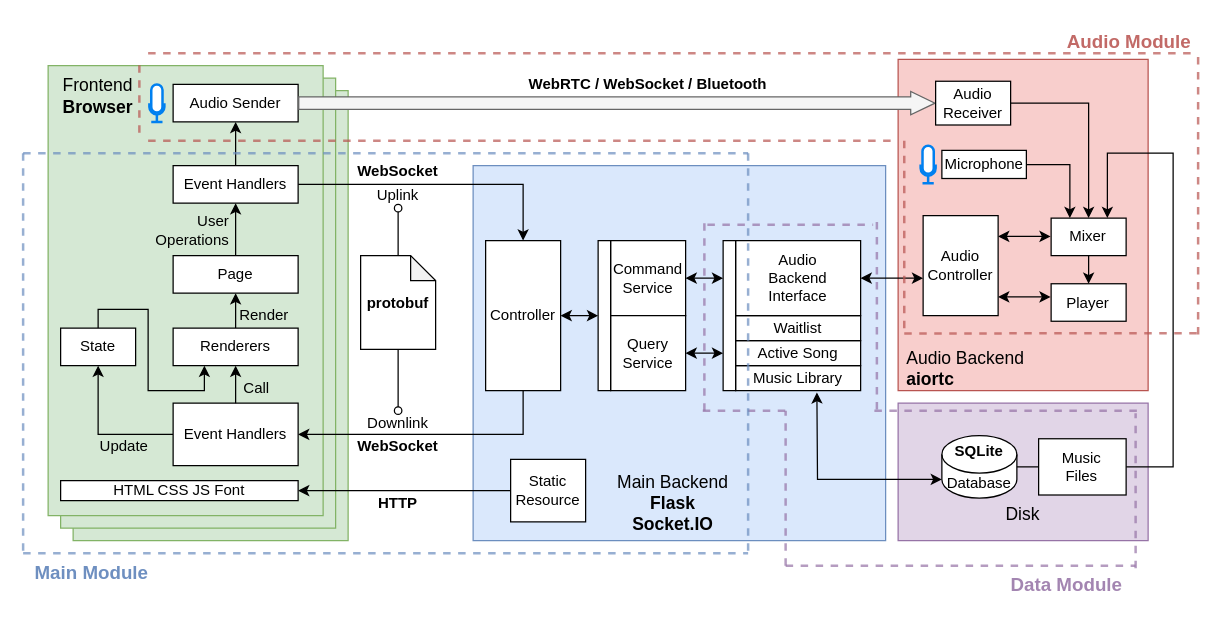
Before: Drafts/ksong-arch.drawio in xrysamuel/my-drawio, a draw.io diagram. Source tidied: cells renumbered, new cells numbered last; positions are measured from the earlier drawing's top-left corner, leaving out a move shared by most shapes. Both pictures are drawn from the tidied source at 125%, with x=0, y=0 at pixel (22, 21).
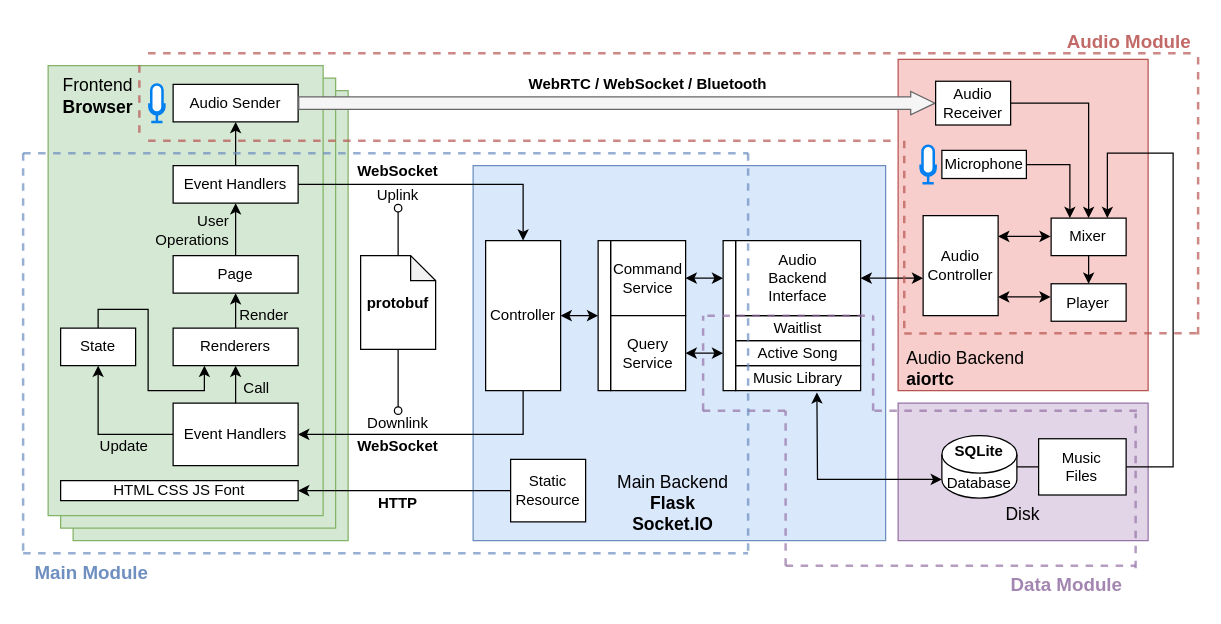
The same diagram, later.

What changed in the source:
```diff
@@
-    <mxCell id="80" style="endArrow=none;dashed=1;html=1;strokeWidth=2;rounded=0;fillColor=#e1d5e7;strokeColor=#9673a6;opacity=70;" parent="1" edge="1">
-      <mxGeometry relative="1" as="geometry">
-        <mxPoint x="545" y="311" as="sourcePoint" />
-        <mxPoint x="545" y="161" as="targetPoint" />
-      </mxGeometry>
-    </mxCell>
     <mxCell id="81" style="endArrow=none;dashed=1;html=1;strokeWidth=2;rounded=0;fillColor=#e1d5e7;strokeColor=#9673a6;opacity=70;" parent="1" edge="1">
       <mxGeometry relative="1" as="geometry">
-        <mxPoint x="547.4" y="162.2" as="sourcePoint" />
-        <mxPoint x="680" y="162.2" as="targetPoint" />
+        <mxPoint x="547.4" y="235" as="sourcePoint" />
+        <mxPoint x="680" y="235" as="targetPoint" />
       </mxGeometry>
     </mxCell>
@@
     <mxCell id="87" style="endArrow=none;dashed=1;html=1;strokeWidth=2;rounded=0;fillColor=#e1d5e7;strokeColor=#9673a6;opacity=70;" parent="1" edge="1">
       <mxGeometry relative="1" as="geometry">
-        <mxPoint x="683" y="310" as="sourcePoint" />
-        <mxPoint x="683" y="160" as="targetPoint" />
+        <mxPoint x="680" y="311" as="sourcePoint" />
+        <mxPoint x="680" y="235" as="targetPoint" />
       </mxGeometry>
     </mxCell>
@@
+    <mxCell id="95" style="endArrow=none;dashed=1;html=1;strokeWidth=2;rounded=0;fillColor=#e1d5e7;strokeColor=#9673a6;opacity=70;" parent="1" edge="1">
+      <mxGeometry relative="1" as="geometry">
+        <mxPoint x="544" y="311" as="sourcePoint" />
+        <mxPoint x="544" y="235" as="targetPoint" />
+      </mxGeometry>
+    </mxCell>
```
